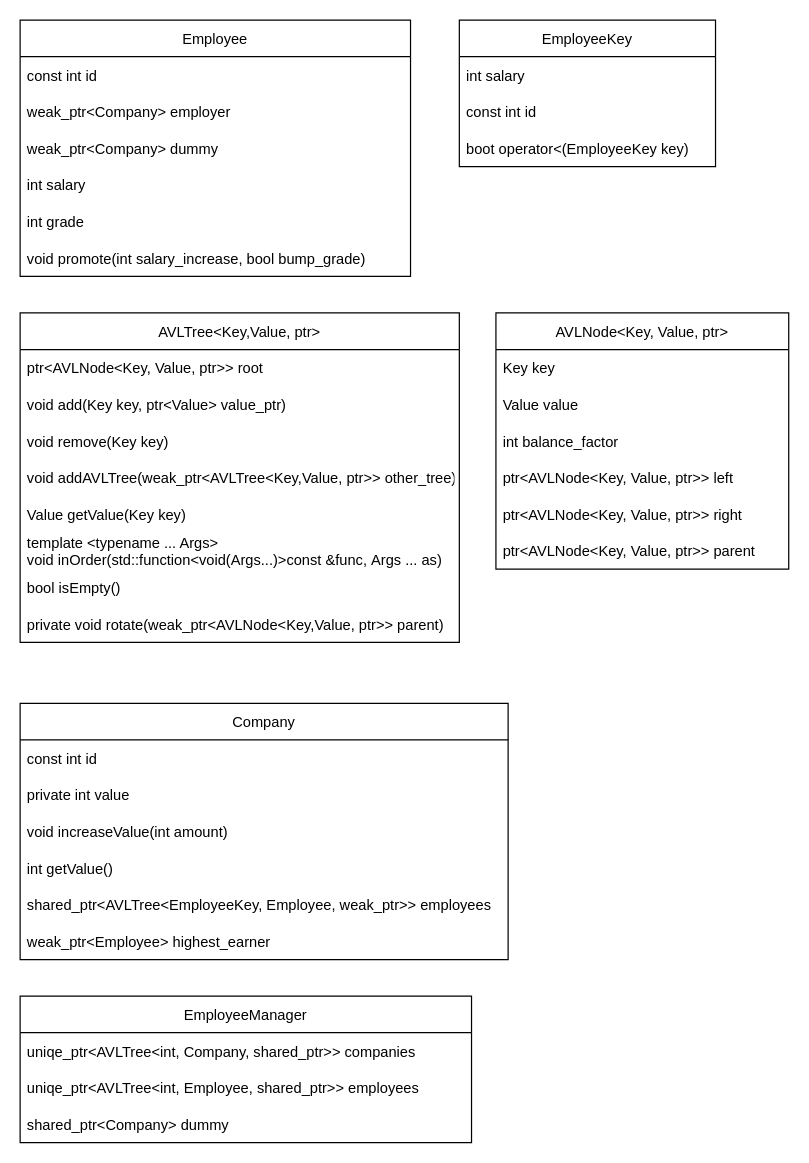
The draw.io diagram DataStructsHW1.drawio in adamkatav/DataSysHW1, before the edit. Source tidied: cells renumbered, new cells numbered last; positions are measured from the earlier drawing's top-left corner, leaving out a move shared by most shapes. Both pictures are drawn from the tidied source at 122%, with x=0, y=0 at pixel (20, 20).
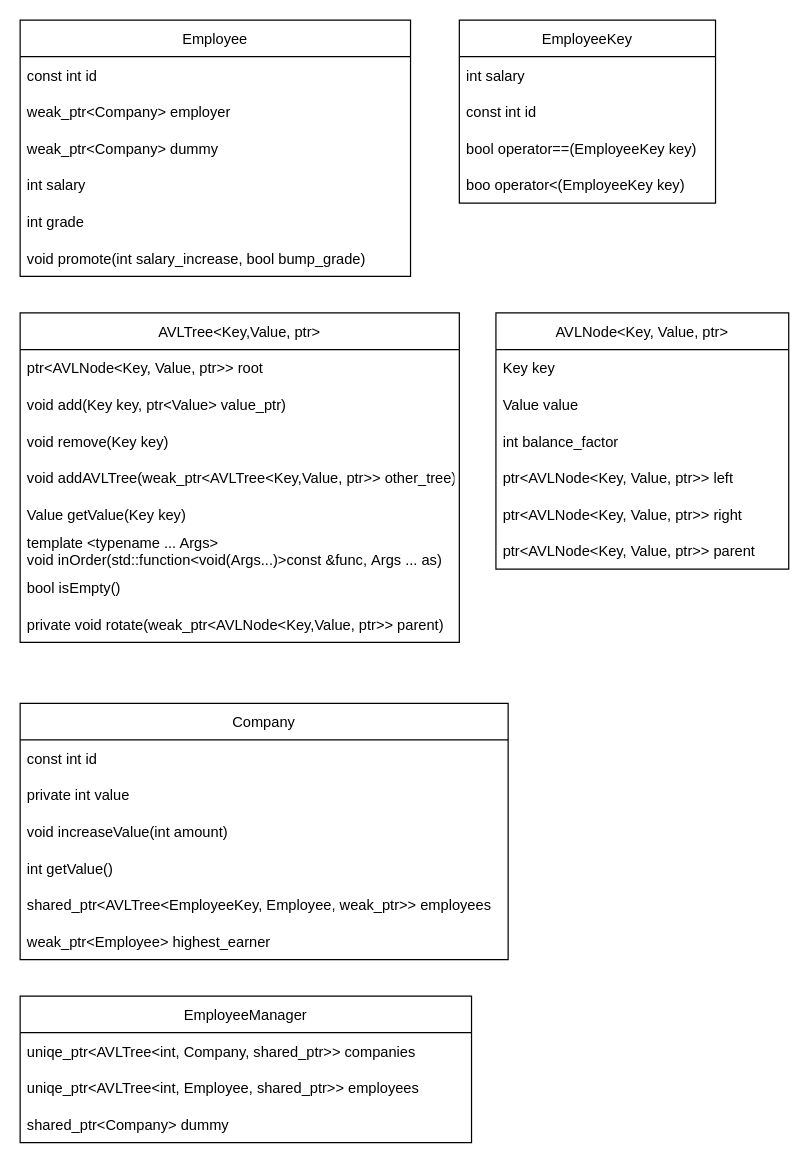
The same diagram, later.

Commit message (it also covers changes not shown here):
In the middle of AVLTree implementation

The edit, as a diff of the source:
```diff
@@
     <mxCell id="16" value="EmployeeKey" style="swimlane;fontStyle=0;horizontal=1;startSize=30;" parent="1" vertex="1">
-      <mxGeometry x="360" width="210" height="120" as="geometry" />
+      <mxGeometry x="360" width="210" height="150" as="geometry" />
     </mxCell>
@@
+    <mxCell id="40" value="bool operator==(EmployeeKey key)" style="text;strokeColor=none;fillColor=none;align=left;verticalAlign=middle;spacingLeft=4;spacingRight=4;overflow=hidden;" parent="16" vertex="1">
+      <mxGeometry y="90" width="210" height="30" as="geometry" />
+    </mxCell>
-    <mxCell id="19" value="boot operator&lt;(EmployeeKey key)" style="text;strokeColor=none;fillColor=none;align=left;verticalAlign=middle;spacingLeft=4;spacingRight=4;overflow=hidden;" parent="16" vertex="1">
-      <mxGeometry y="90" width="210" height="30" as="geometry" />
+    <mxCell id="19" value="boo operator&lt;(EmployeeKey key)" style="text;strokeColor=none;fillColor=none;align=left;verticalAlign=middle;spacingLeft=4;spacingRight=4;overflow=hidden;" parent="16" vertex="1">
+      <mxGeometry y="120" width="210" height="30" as="geometry" />
     </mxCell>
```
